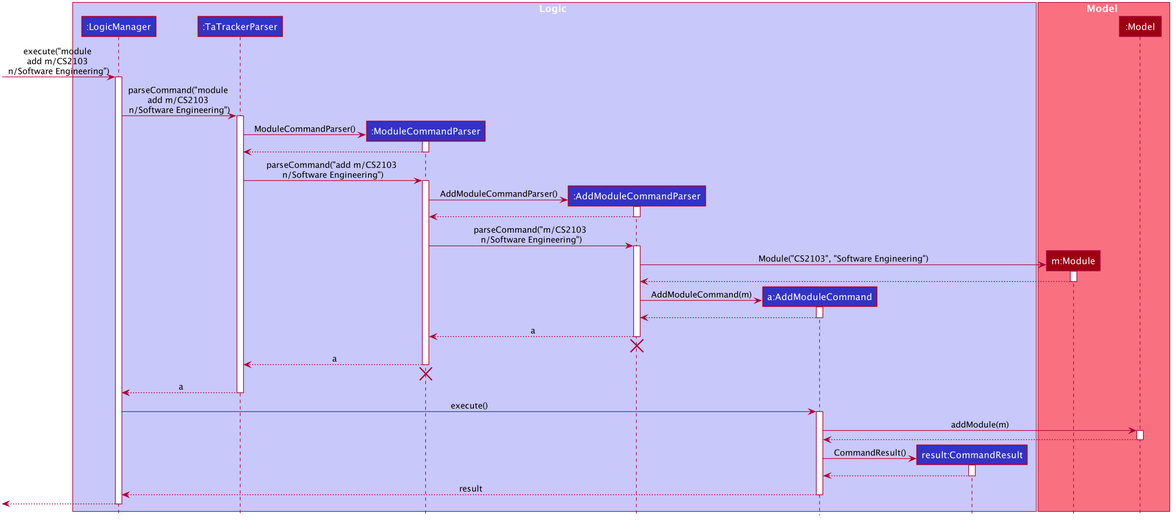
Above: docs/images/AddModuleSequenceDiagram.png in nus-cs2103-AY1920S2/addressbook-level3 (PlantUML), before the change.
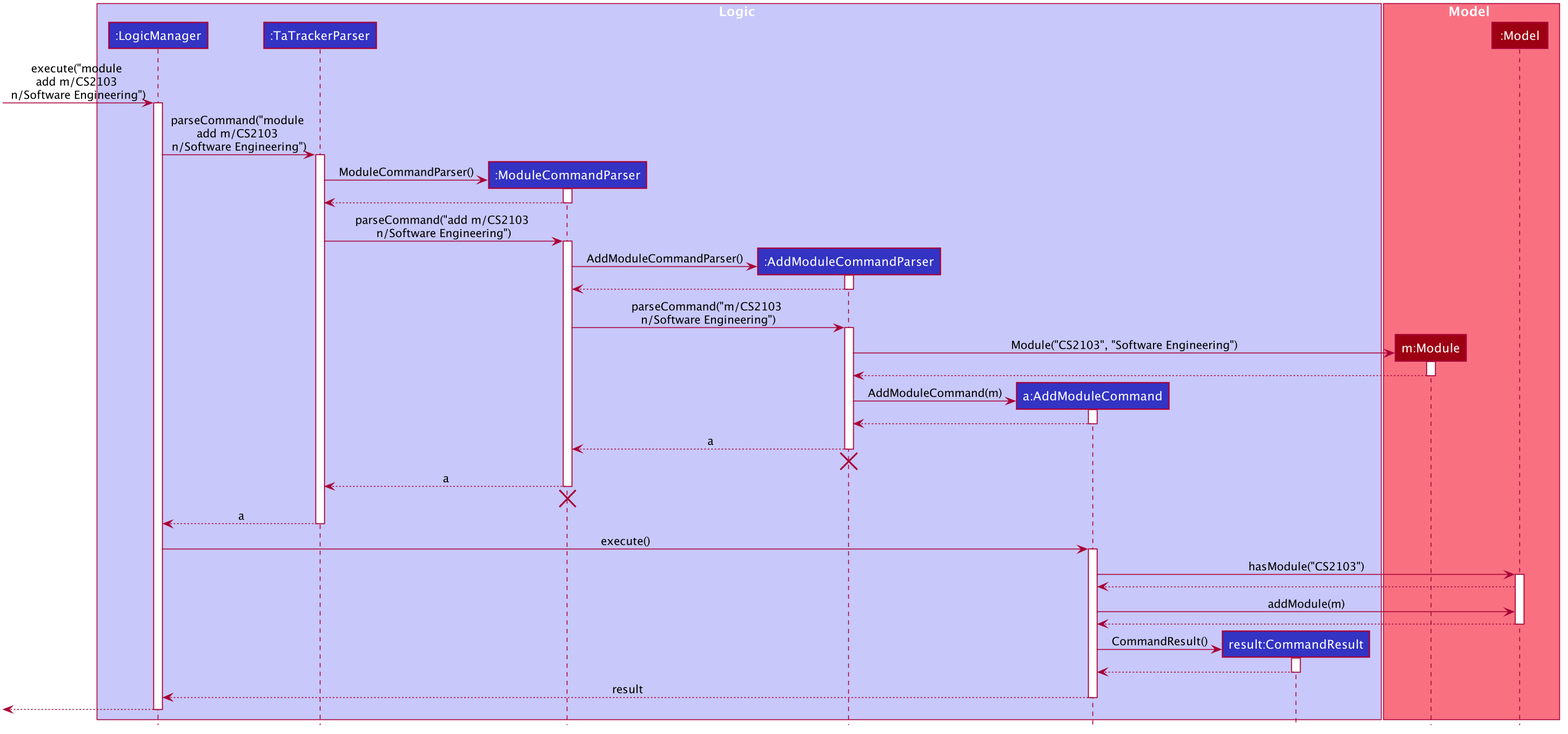
The same file after the commit.

Commit message:
Update UML diagrams

What changed in the source:
```diff
@@ -116,8 +116,11 @@
 LogicManager -> AddModuleCommand : execute()
 activate AddModuleCommand
 
+AddModuleCommand -> Model : hasModule("CS2103")
+activate Model
+Model --> AddModuleCommand
+
 AddModuleCommand -> Model : addModule(m)
-activate Model
 Model --> AddModuleCommand
 deactivate Model
 
```
